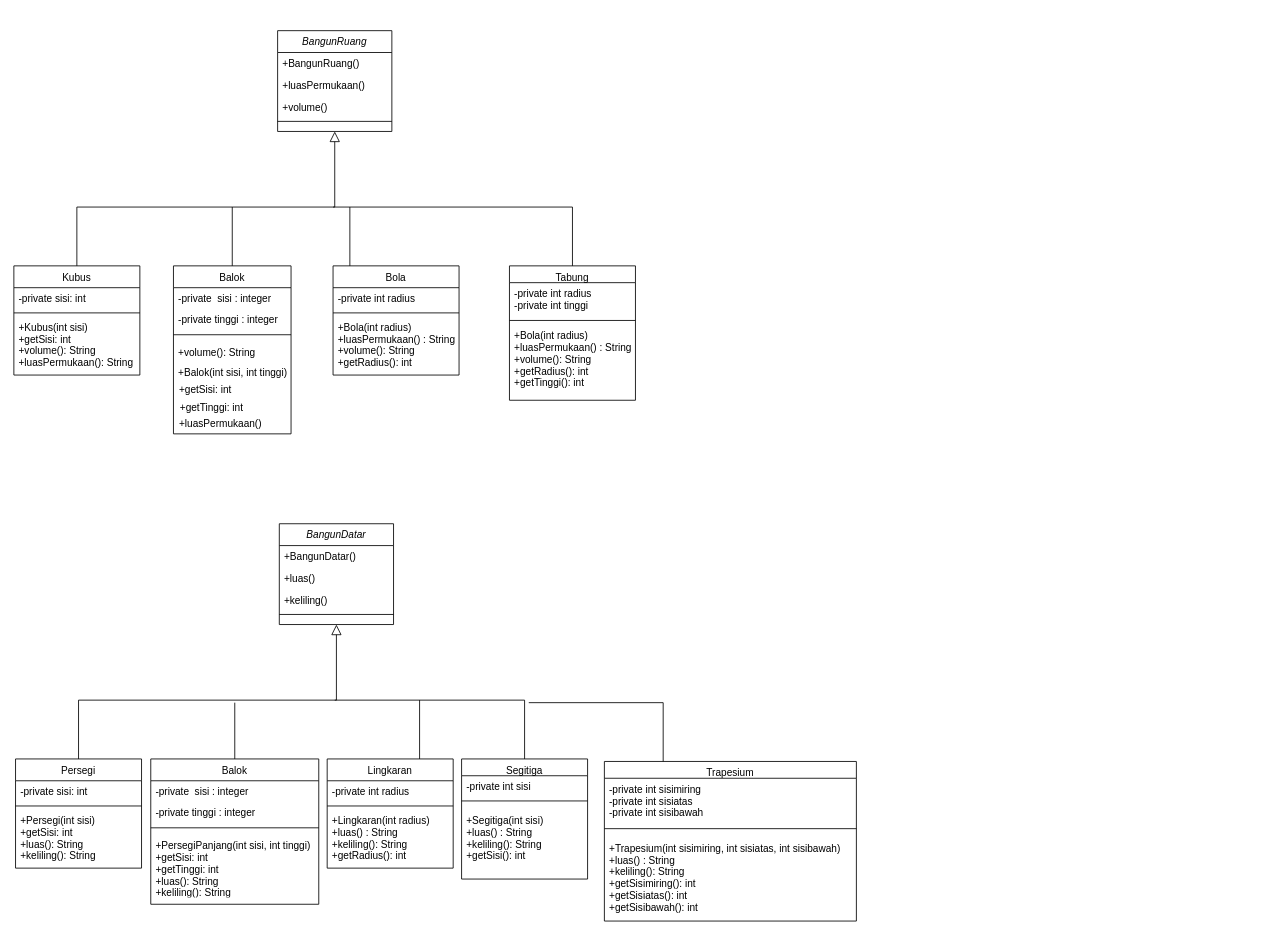
The draw.io diagram TugasOOP5/Untitled Diagram.drawio in riooorante/LABOOP_2023, before the edit. Source tidied: cells renumbered, new cells numbered last; positions are measured from the earlier drawing's top-left corner, leaving out a move shared by most shapes. Both pictures are drawn from the tidied source at 84%, with x=0, y=0 at pixel (13, 30).
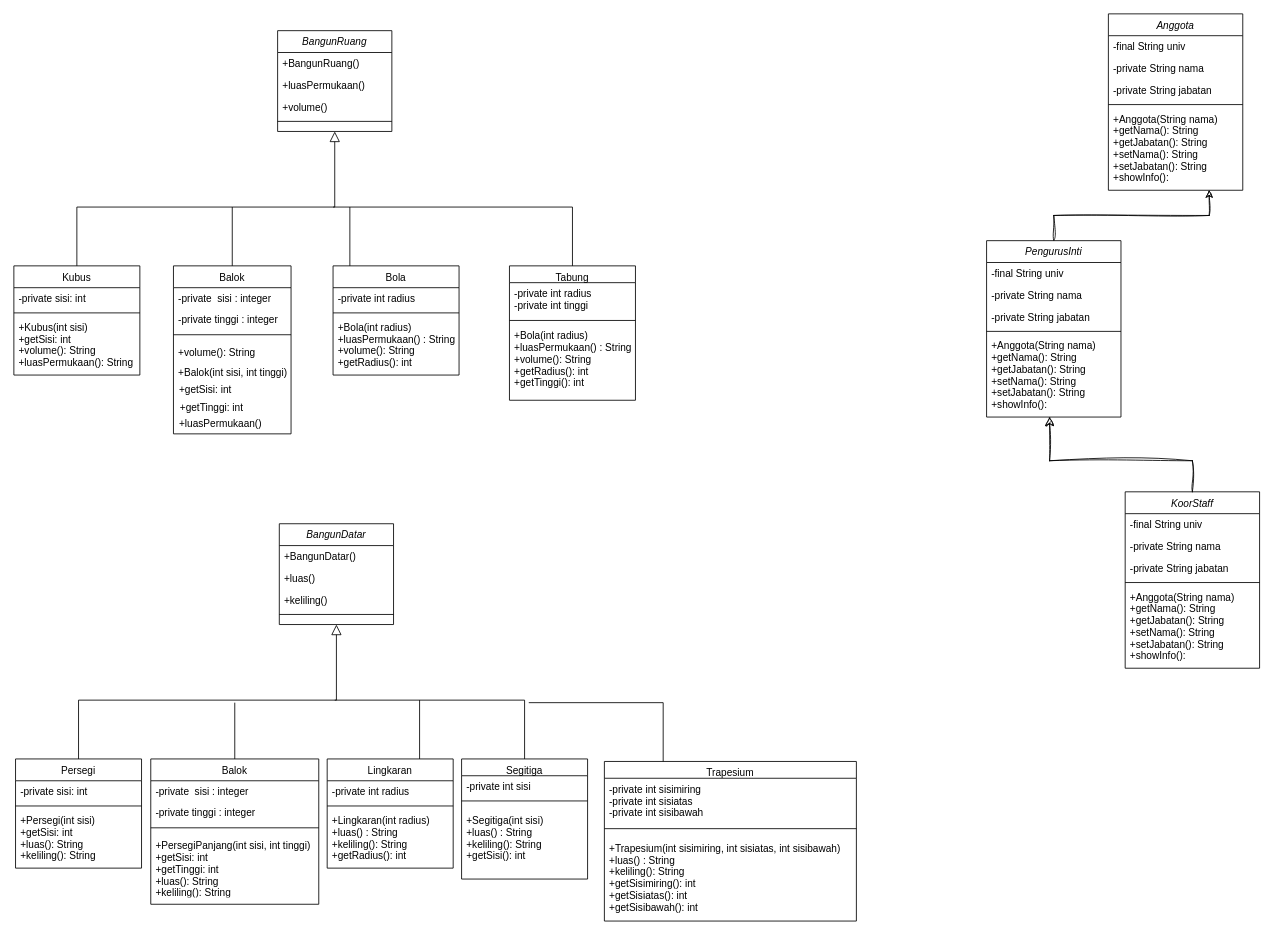
Above is the later version.

The edit, as a diff of the source:
```diff
@@
+    <mxCell id="63" value="Anggota" style="swimlane;fontStyle=2;align=center;verticalAlign=top;horizontal=1;startSize=26;rounded=0;shadow=0;strokeWidth=1;" parent="1" vertex="1">
+      <mxGeometry x="1303" y="-20" width="160" height="210" as="geometry" />
+    </mxCell>
+    <mxCell id="64" value="-final String univ" style="text;align=left;verticalAlign=top;spacingLeft=4;spacingRight=4;overflow=hidden;" parent="63" vertex="1">
+      <mxGeometry y="26" width="160" height="26" as="geometry" />
+    </mxCell>
+    <mxCell id="65" value="-private String nama" style="text;align=left;verticalAlign=top;spacingLeft=4;spacingRight=4;overflow=hidden;rounded=0;shadow=0;html=0;" parent="63" vertex="1">
+      <mxGeometry y="52" width="160" height="26" as="geometry" />
+    </mxCell>
+    <mxCell id="66" value="-private String jabatan" style="text;align=left;verticalAlign=top;spacingLeft=4;spacingRight=4;overflow=hidden;rounded=0;shadow=0;html=0;" parent="63" vertex="1">
+      <mxGeometry y="78" width="160" height="26" as="geometry" />
+    </mxCell>
+    <mxCell id="67" style="line;html=1;strokeWidth=1;align=left;verticalAlign=middle;spacingTop=-1;spacingLeft=3;spacingRight=3;labelPosition=right;" parent="63" vertex="1">
+      <mxGeometry y="104" width="160" height="8" as="geometry" />
+    </mxCell>
+    <mxCell id="68" value="+Anggota(String nama)&#10;+getNama(): String&#10;+getJabatan(): String&#10;+setNama(): String&#10;+setJabatan(): String&#10;+showInfo():&#10;" style="text;align=left;verticalAlign=top;spacingLeft=4;spacingRight=4;overflow=hidden;rounded=0;shadow=0;html=0;" parent="63" vertex="1">
+      <mxGeometry y="112" width="160" height="98" as="geometry" />
+    </mxCell>
+    <mxCell id="69" style="edgeStyle=orthogonalEdgeStyle;rounded=0;sketch=1;hachureGap=4;jiggle=2;curveFitting=1;jettySize=auto;html=1;exitX=0.5;exitY=0;exitDx=0;exitDy=0;entryX=0.75;entryY=1;entryDx=0;entryDy=0;fontFamily=Architects Daughter;fontSize=16;" parent="1" edge="1" source="70" target="63">
+      <mxGeometry relative="1" as="geometry" />
+    </mxCell>
+    <mxCell id="70" value="PengurusInti" style="swimlane;fontStyle=2;align=center;verticalAlign=top;horizontal=1;startSize=26;rounded=0;shadow=0;strokeWidth=1;" parent="1" vertex="1">
+      <mxGeometry x="1158" y="250" width="160" height="210" as="geometry" />
+    </mxCell>
+    <mxCell id="71" value="-final String univ" style="text;align=left;verticalAlign=top;spacingLeft=4;spacingRight=4;overflow=hidden;" parent="70" vertex="1">
+      <mxGeometry y="26" width="160" height="26" as="geometry" />
+    </mxCell>
+    <mxCell id="72" value="-private String nama" style="text;align=left;verticalAlign=top;spacingLeft=4;spacingRight=4;overflow=hidden;rounded=0;shadow=0;html=0;" parent="70" vertex="1">
+      <mxGeometry y="52" width="160" height="26" as="geometry" />
+    </mxCell>
+    <mxCell id="73" value="-private String jabatan" style="text;align=left;verticalAlign=top;spacingLeft=4;spacingRight=4;overflow=hidden;rounded=0;shadow=0;html=0;" parent="70" vertex="1">
+      <mxGeometry y="78" width="160" height="26" as="geometry" />
+    </mxCell>
+    <mxCell id="74" style="line;html=1;strokeWidth=1;align=left;verticalAlign=middle;spacingTop=-1;spacingLeft=3;spacingRight=3;labelPosition=right;" parent="70" vertex="1">
+      <mxGeometry y="104" width="160" height="8" as="geometry" />
+    </mxCell>
+    <mxCell id="75" value="+Anggota(String nama)&#10;+getNama(): String&#10;+getJabatan(): String&#10;+setNama(): String&#10;+setJabatan(): String&#10;+showInfo():&#10;" style="text;align=left;verticalAlign=top;spacingLeft=4;spacingRight=4;overflow=hidden;rounded=0;shadow=0;html=0;" parent="70" vertex="1">
+      <mxGeometry y="112" width="160" height="98" as="geometry" />
+    </mxCell>
+    <mxCell id="76" value="KoorStaff" style="swimlane;fontStyle=2;align=center;verticalAlign=top;horizontal=1;startSize=26;rounded=0;shadow=0;strokeWidth=1;" parent="1" vertex="1">
+      <mxGeometry x="1323" y="549" width="160" height="210" as="geometry" />
+    </mxCell>
+    <mxCell id="77" value="-final String univ" style="text;align=left;verticalAlign=top;spacingLeft=4;spacingRight=4;overflow=hidden;" parent="76" vertex="1">
+      <mxGeometry y="26" width="160" height="26" as="geometry" />
+    </mxCell>
+    <mxCell id="78" value="-private String nama" style="text;align=left;verticalAlign=top;spacingLeft=4;spacingRight=4;overflow=hidden;rounded=0;shadow=0;html=0;" parent="76" vertex="1">
+      <mxGeometry y="52" width="160" height="26" as="geometry" />
+    </mxCell>
+    <mxCell id="79" value="-private String jabatan" style="text;align=left;verticalAlign=top;spacingLeft=4;spacingRight=4;overflow=hidden;rounded=0;shadow=0;html=0;" parent="76" vertex="1">
+      <mxGeometry y="78" width="160" height="26" as="geometry" />
+    </mxCell>
+    <mxCell id="80" style="line;html=1;strokeWidth=1;align=left;verticalAlign=middle;spacingTop=-1;spacingLeft=3;spacingRight=3;labelPosition=right;" parent="76" vertex="1">
+      <mxGeometry y="104" width="160" height="8" as="geometry" />
+    </mxCell>
+    <mxCell id="81" value="+Anggota(String nama)&#10;+getNama(): String&#10;+getJabatan(): String&#10;+setNama(): String&#10;+setJabatan(): String&#10;+showInfo():&#10;" style="text;align=left;verticalAlign=top;spacingLeft=4;spacingRight=4;overflow=hidden;rounded=0;shadow=0;html=0;" parent="76" vertex="1">
+      <mxGeometry y="112" width="160" height="98" as="geometry" />
+    </mxCell>
+    <mxCell id="82" style="edgeStyle=segmentEdgeStyle;endArrow=classic;html=1;curved=0;rounded=0;endSize=8;startSize=8;sketch=1;hachureGap=4;jiggle=2;curveFitting=1;fontFamily=Architects Daughter;fontSize=16;exitX=0.5;exitY=0;exitDx=0;exitDy=0;" parent="1" edge="1" source="76">
+      <mxGeometry relative="1" as="geometry">
+        <mxPoint x="1233" y="460" as="targetPoint" />
+        <Array as="points">
+          <mxPoint x="1233" y="512" />
+        </Array>
+      </mxGeometry>
+    </mxCell>
```
